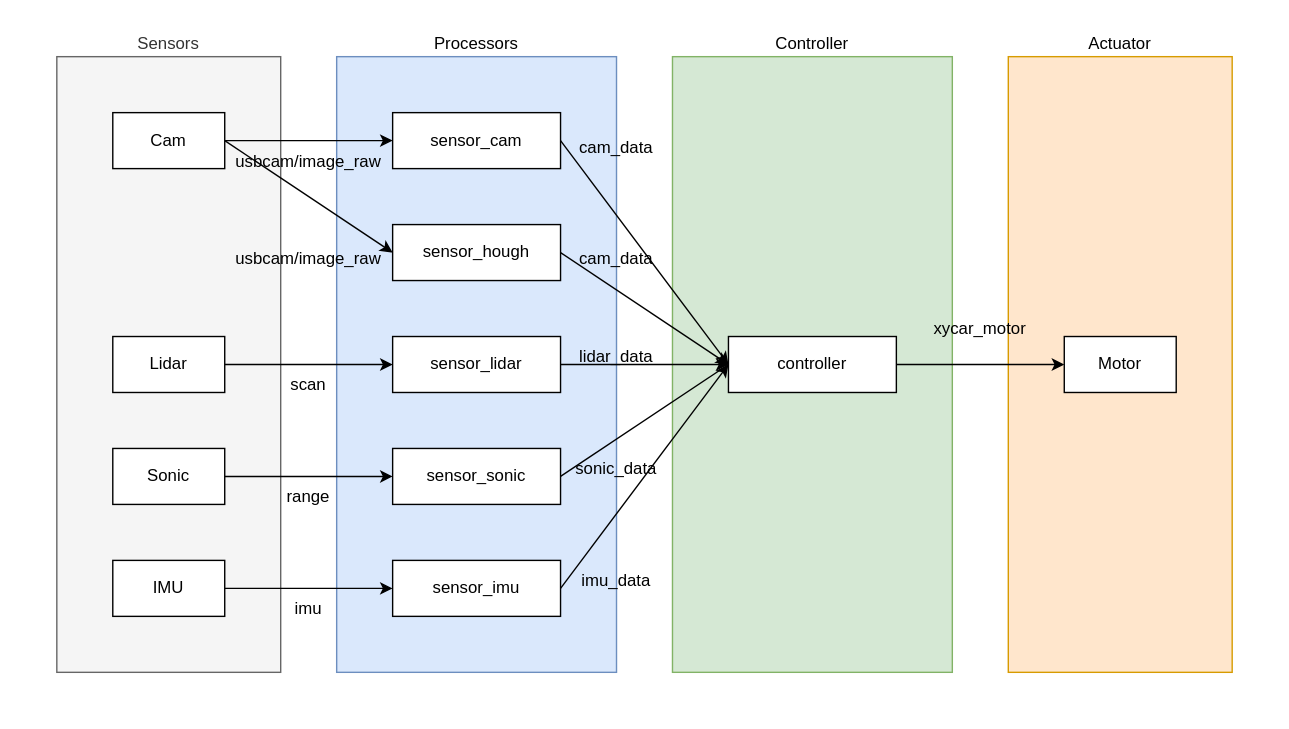
Above: absolute_departure_v2.svg in junekimdev/kdt-autodrive4-team3-week8 (draw.io), before the change. Source tidied: cells renumbered, new cells last; positions are measured from the earlier drawing's top-left corner, leaving out a move shared by most shapes.
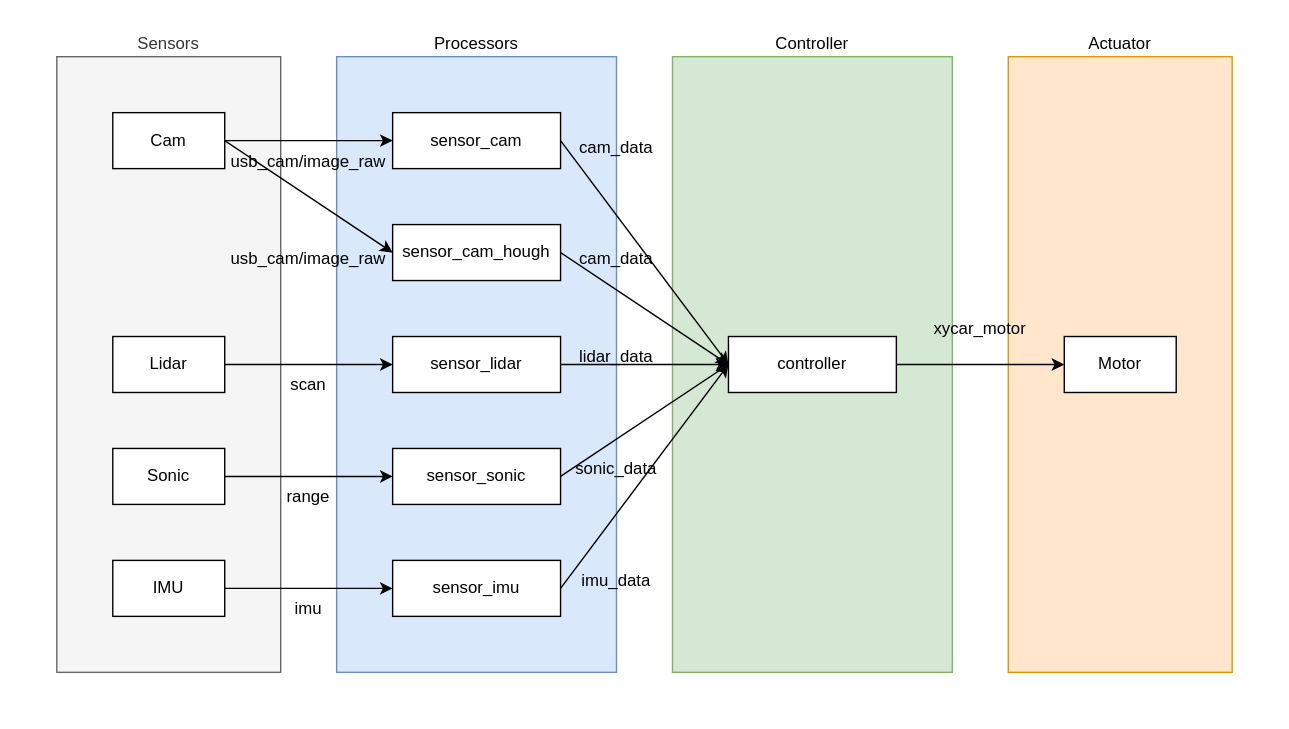
After the change.

The edit, as a diff of the source:
```diff
@@ -77,7 +77,7 @@
     <mxCell id="26" value="Motor" style="rounded=0;whiteSpace=wrap;html=1;" parent="1" vertex="1">
       <mxGeometry x="760" y="240" width="80" height="40" as="geometry" />
     </mxCell>
-    <mxCell id="27" value="usbcam/image_raw" style="text;html=1;strokeColor=none;fillColor=none;align=center;verticalAlign=middle;whiteSpace=wrap;rounded=0;" parent="1" vertex="1">
+    <mxCell id="27" value="usb_cam/image_raw" style="text;html=1;strokeColor=none;fillColor=none;align=center;verticalAlign=middle;whiteSpace=wrap;rounded=0;" parent="1" vertex="1">
       <mxGeometry x="160" y="100" width="120" height="30" as="geometry" />
     </mxCell>
     <mxCell id="28" value="scan" style="text;html=1;strokeColor=none;fillColor=none;align=center;verticalAlign=middle;whiteSpace=wrap;rounded=0;" parent="1" vertex="1">
@@ -101,10 +101,10 @@
     <mxCell id="34" value="xycar_motor" style="text;html=1;strokeColor=none;fillColor=none;align=center;verticalAlign=middle;whiteSpace=wrap;rounded=0;" parent="1" vertex="1">
       <mxGeometry x="650" y="220" width="100" height="30" as="geometry" />
     </mxCell>
-    <mxCell id="35" value="sensor_hough" style="rounded=0;whiteSpace=wrap;html=1;" parent="1" vertex="1">
+    <mxCell id="35" value="sensor_cam_hough" style="rounded=0;whiteSpace=wrap;html=1;" parent="1" vertex="1">
       <mxGeometry x="280" y="160" width="120" height="40" as="geometry" />
     </mxCell>
-    <mxCell id="36" value="usbcam/image_raw" style="text;html=1;strokeColor=none;fillColor=none;align=center;verticalAlign=middle;whiteSpace=wrap;rounded=0;" parent="1" vertex="1">
+    <mxCell id="36" value="usb_cam/image_raw" style="text;html=1;strokeColor=none;fillColor=none;align=center;verticalAlign=middle;whiteSpace=wrap;rounded=0;" parent="1" vertex="1">
       <mxGeometry x="160" y="170" width="120" height="30" as="geometry" />
     </mxCell>
     <mxCell id="37" value="sonic_data" style="text;html=1;strokeColor=none;fillColor=none;align=center;verticalAlign=middle;whiteSpace=wrap;rounded=0;" parent="1" vertex="1">
```
